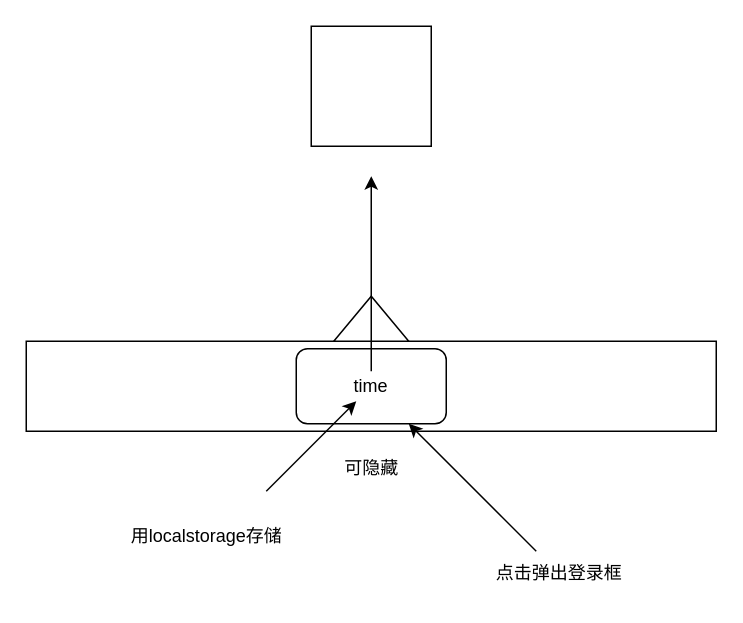
Earlier version of the draw.io diagram 项目需求/pic/footer.drawio (yueyv/personal_website). Source tidied: cells renumbered, new cells numbered last; positions are measured from the earlier drawing's top-left corner, leaving out a move shared by most shapes. Both pictures are drawn from the tidied source at 150%, with x=0, y=0 at pixel (26, 26).
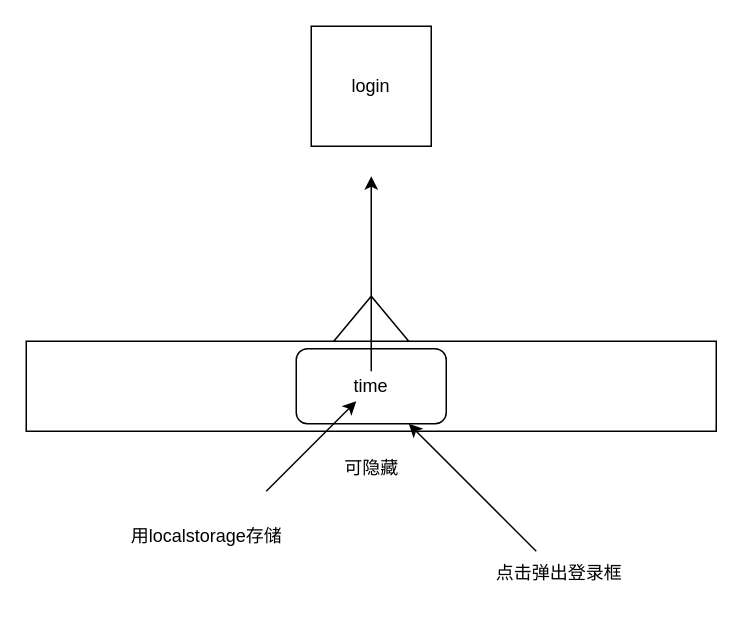
The same diagram, later.

The edit, as a diff of the source:
```diff
@@
 <mxGraphModel>
   <root>
     <mxCell id="0" />
     <mxCell id="1" parent="0" />
     <mxCell id="2" style="rounded=0;whiteSpace=wrap;html=1;" parent="1" vertex="1">
       <mxGeometry y="210" width="460" height="60" as="geometry" />
     </mxCell>
     <mxCell id="3" value="time" style="rounded=1;whiteSpace=wrap;html=1;" parent="1" vertex="1">
       <mxGeometry x="180" y="215" width="100" height="50" as="geometry" />
     </mxCell>
     <mxCell id="4" style="triangle;whiteSpace=wrap;html=1;rotation=-90;" parent="1" vertex="1">
       <mxGeometry x="215" y="170" width="30" height="50" as="geometry" />
     </mxCell>
     <mxCell id="5" value="可隐藏" style="text;html=1;align=center;verticalAlign=middle;strokeColor=none;fillColor=none;" parent="1" vertex="1">
       <mxGeometry x="200" y="280" width="60" height="30" as="geometry" />
     </mxCell>
     <mxCell id="6" style="endArrow=classic;html=1;" parent="1" edge="1">
       <mxGeometry relative="1" as="geometry">
         <mxPoint x="160" y="310" as="sourcePoint" />
         <mxPoint x="220" y="250" as="targetPoint" />
       </mxGeometry>
     </mxCell>
     <mxCell id="7" value="用localstorage存储" style="text;html=1;align=center;verticalAlign=middle;strokeColor=none;fillColor=none;" parent="1" vertex="1">
       <mxGeometry x="60" y="325" width="120" height="30" as="geometry" />
     </mxCell>
     <mxCell id="8" value="点击弹出登录框" style="text;html=1;align=center;verticalAlign=middle;strokeColor=none;fillColor=none;" parent="1" vertex="1">
       <mxGeometry x="300" y="350" width="110" height="30" as="geometry" />
     </mxCell>
     <mxCell id="9" style="endArrow=classic;html=1;" parent="1" edge="1" target="3">
       <mxGeometry relative="1" as="geometry">
         <mxPoint x="340" y="350" as="sourcePoint" />
       </mxGeometry>
     </mxCell>
     <mxCell id="10" style="endArrow=classic;html=1;" parent="1" edge="1">
       <mxGeometry relative="1" as="geometry">
         <mxPoint x="230" y="230" as="sourcePoint" />
         <mxPoint x="230" y="100" as="targetPoint" />
       </mxGeometry>
     </mxCell>
-    <mxCell id="11" style="whiteSpace=wrap;html=1;" parent="1" vertex="1">
+    <mxCell id="11" value="login" style="whiteSpace=wrap;html=1;" parent="1" vertex="1">
       <mxGeometry x="190" width="80" height="80" as="geometry" />
     </mxCell>
   </root>
 </mxGraphModel>
```
